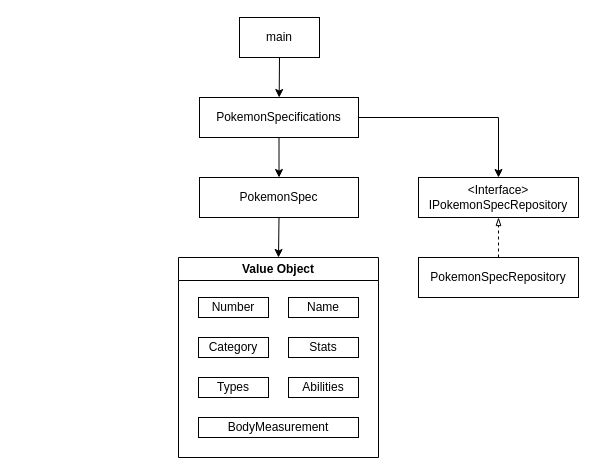
The draw.io diagram image/class.drawio in yr260625/pokemon-scraping, before the edit. Source tidied: cells renumbered, new cells numbered last; positions are measured from the earlier drawing's top-left corner, leaving out a move shared by most shapes. Both pictures are drawn from the tidied source at 100%, with x=0, y=0 at pixel (178, 17).
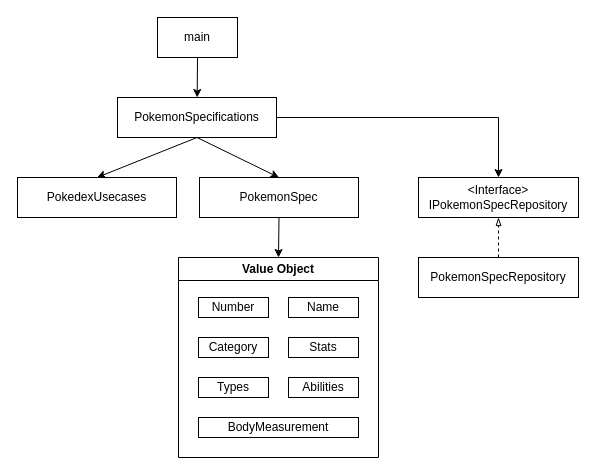
After the change.

The edit, as a diff of the source:
```diff
@@
     <mxCell id="3" value="main" style="rounded=0;whiteSpace=wrap;html=1;" parent="1" vertex="1">
-      <mxGeometry x="61" width="80" height="40" as="geometry" />
+      <mxGeometry x="-21" width="80" height="40" as="geometry" />
     </mxCell>
@@
     <mxCell id="7" value="PokemonSpecifications" style="rounded=0;whiteSpace=wrap;html=1;" parent="1" vertex="1">
-      <mxGeometry x="21" y="80" width="159" height="40" as="geometry" />
+      <mxGeometry x="-61" y="80" width="159" height="40" as="geometry" />
     </mxCell>
@@
+    <mxCell id="20" value="PokedexUsecases" style="rounded=0;whiteSpace=wrap;html=1;" parent="1" vertex="1">
+      <mxGeometry x="-161" y="160" width="159" height="40" as="geometry" />
+    </mxCell>
+    <mxCell id="21" style="edgeStyle=none;html=1;exitX=0.5;exitY=1;exitDx=0;exitDy=0;entryX=0.5;entryY=0;entryDx=0;entryDy=0;endArrow=classic;endFill=1;" parent="1" edge="1" source="7" target="20">
+      <mxGeometry relative="1" as="geometry" />
+    </mxCell>
```
